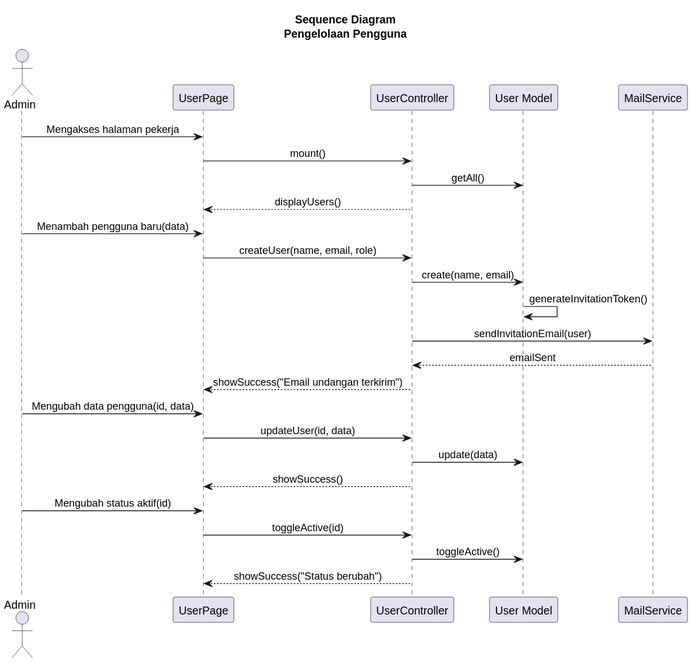
pawon3d/pawon3d keeps this PlantUML diagram as docs/diagrams/svg/sequence/sequence-inc-2-pengguna.svg. Above is the earlier version.
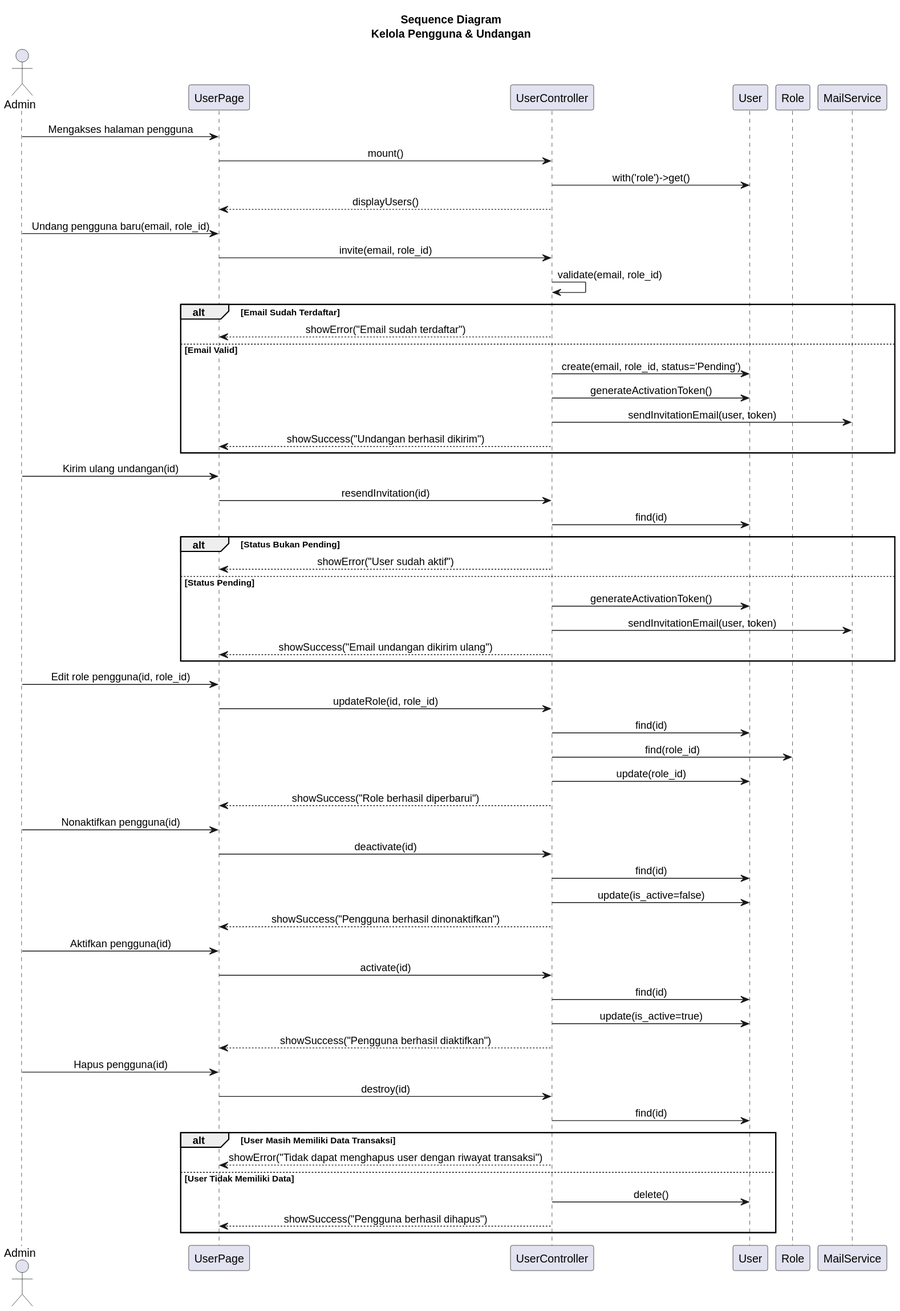
The same diagram one commit later.

The edit, as a diff of the source:
```diff
@@ -1,34 +1,72 @@
 @startuml
 skinparam sequenceMessageAlign center
 
-title Sequence Diagram\nPengelolaan Pengguna
+title Sequence Diagram\nKelola Pengguna & Undangan
 
 actor "Admin" as Admin
 participant "UserPage" as UP
 participant "UserController" as UC
-participant "User Model" as UM
+participant "User" as UM
+participant "Role" as RL
 participant "MailService" as MS
 
-Admin -> UP : Mengakses halaman pekerja
+Admin -> UP : Mengakses halaman pengguna
 UP -> UC : mount()
-UC -> UM : getAll()
+UC -> UM : with('role')->get()
 UC --> UP : displayUsers()
 
-Admin -> UP : Menambah pengguna baru(data)
-UP -> UC : createUser(name, email, role)
-UC -> UM : create(name, email)
-UM -> UM : generateInvitationToken()
-UC -> MS : sendInvitationEmail(user)
-MS --> UC : emailSent
-UC --> UP : showSuccess("Email undangan terkirim")
+Admin -> UP : Undang pengguna baru(email, role_id)
+UP -> UC : invite(email, role_id)
+UC -> UC : validate(email, role_id)
 
-Admin -> UP : Mengubah data pengguna(id, data)
-UP -> UC : updateUser(id, data)
-UC -> UM : update(data)
-UC --> UP : showSuccess()
+alt Email Sudah Terdaftar
+    UC --> UP : showError("Email sudah terdaftar")
+else Email Valid
+    UC -> UM : create(email, role_id, status='Pending')
+    UC -> UM : generateActivationToken()
+    UC -> MS : sendInvitationEmail(user, token)
+    UC --> UP : showSuccess("Undangan berhasil dikirim")
+end
 
-Admin -> UP : Mengubah status aktif(id)
-UP -> UC : toggleActive(id)
-UC -> UM : toggleActive()
-UC --> UP : showSuccess("Status berubah")
+Admin -> UP : Kirim ulang undangan(id)
+UP -> UC : resendInvitation(id)
+UC -> UM : find(id)
+
+alt Status Bukan Pending
+    UC --> UP : showError("User sudah aktif")
+else Status Pending
+    UC -> UM : generateActivationToken()
+    UC -> MS : sendInvitationEmail(user, token)
+    UC --> UP : showSuccess("Email undangan dikirim ulang")
+end
+
+Admin -> UP : Edit role pengguna(id, role_id)
+UP -> UC : updateRole(id, role_id)
+UC -> UM : find(id)
+UC -> RL : find(role_id)
+UC -> UM : update(role_id)
+UC --> UP : showSuccess("Role berhasil diperbarui")
+
+Admin -> UP : Nonaktifkan pengguna(id)
+UP -> UC : deactivate(id)
+UC -> UM : find(id)
+UC -> UM : update(is_active=false)
+UC --> UP : showSuccess("Pengguna berhasil dinonaktifkan")
+
+Admin -> UP : Aktifkan pengguna(id)
+UP -> UC : activate(id)
+UC -> UM : find(id)
+UC -> UM : update(is_active=true)
+UC --> UP : showSuccess("Pengguna berhasil diaktifkan")
+
+Admin -> UP : Hapus pengguna(id)
+UP -> UC : destroy(id)
+UC -> UM : find(id)
+
+alt User Masih Memiliki Data Transaksi
+    UC --> UP : showError("Tidak dapat menghapus user dengan riwayat transaksi")
+else User Tidak Memiliki Data
+    UC -> UM : delete()
+    UC --> UP : showSuccess("Pengguna berhasil dihapus")
+end
 @enduml
```
